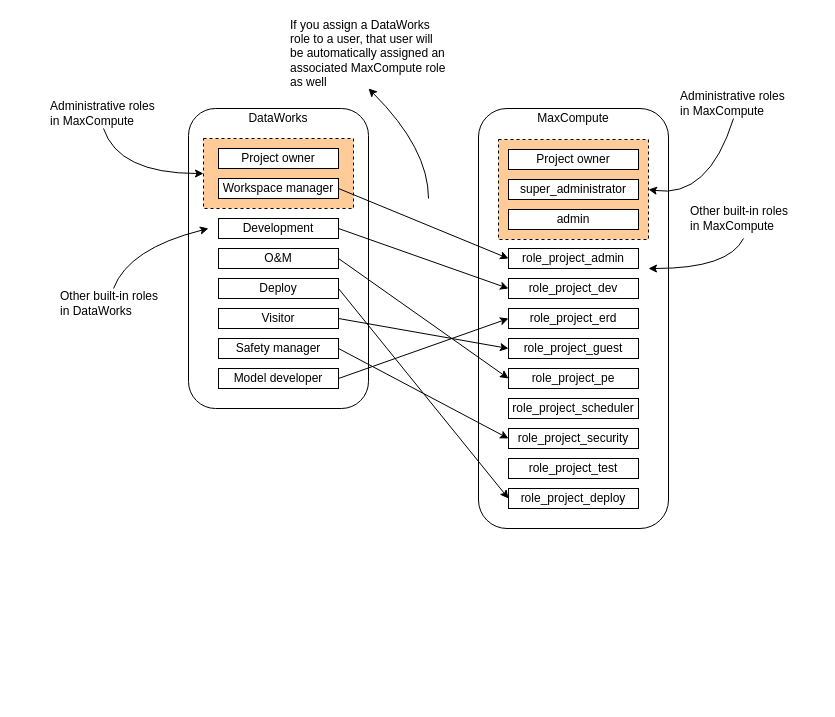
Above: user_role_model.drawio in huangdgm/webstore-v2.0 (draw.io), before the change. Source tidied: cells renumbered, new cells numbered last; positions are measured from the earlier drawing's top-left corner, leaving out a move shared by most shapes. Both pictures are drawn from the tidied source at 100%, with x=0, y=0 at pixel (48, 18).
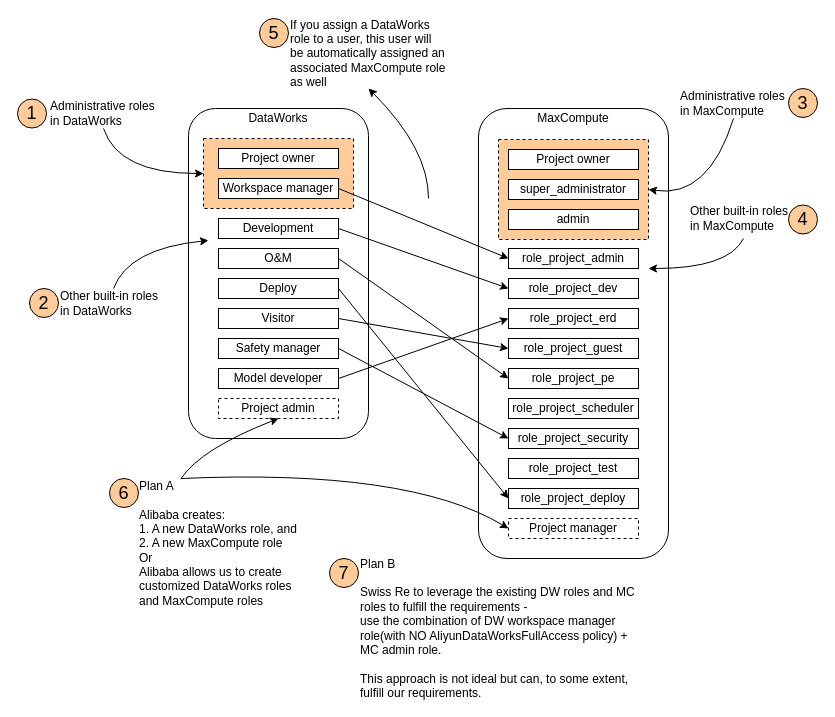
The same page after the edit.

What changed in the source:
```diff
@@
     <mxCell id="2" style="rounded=1;whiteSpace=wrap;html=1;align=center;" parent="1" vertex="1">
-      <mxGeometry x="140" y="90" width="180" height="300" as="geometry" />
+      <mxGeometry x="140" y="90" width="180" height="330" as="geometry" />
     </mxCell>
@@
     <mxCell id="4" style="rounded=1;whiteSpace=wrap;html=1;" parent="1" vertex="1">
-      <mxGeometry x="430" y="90" width="190" height="420" as="geometry" />
+      <mxGeometry x="430" y="90" width="190" height="450" as="geometry" />
     </mxCell>
@@
-    <mxCell id="35" value="If you assign a DataWorks role to a user, that user will be automatically assigned an associated MaxCompute role as well" style="text;html=1;strokeColor=none;fillColor=none;align=left;verticalAlign=middle;whiteSpace=wrap;rounded=0;" parent="1" vertex="1">
+    <mxCell id="35" value="If you assign a DataWorks role to a user, this user will be automatically assigned an associated MaxCompute role as well" style="text;html=1;strokeColor=none;fillColor=none;align=left;verticalAlign=middle;whiteSpace=wrap;rounded=0;" parent="1" vertex="1">
       <mxGeometry x="240" width="160" height="70" as="geometry" />
     </mxCell>
@@
-    <mxCell id="43" value="Administrative roles in MaxCompute" style="text;html=1;strokeColor=none;fillColor=none;align=left;verticalAlign=middle;whiteSpace=wrap;rounded=0;" parent="1" vertex="1">
+    <mxCell id="43" value="Administrative roles in DataWorks" style="text;html=1;strokeColor=none;fillColor=none;align=left;verticalAlign=middle;whiteSpace=wrap;rounded=0;" parent="1" vertex="1">
       <mxGeometry y="80" width="110" height="30" as="geometry" />
     </mxCell>
@@
+    <mxCell id="45" value="Project admin" style="rounded=0;whiteSpace=wrap;html=1;dashed=1;" parent="1" vertex="1">
+      <mxGeometry x="170" y="380" width="120" height="20" as="geometry" />
+    </mxCell>
+    <mxCell id="46" value="Project manager" style="rounded=0;whiteSpace=wrap;html=1;dashed=1;" parent="1" vertex="1">
+      <mxGeometry x="460" y="500" width="130" height="20" as="geometry" />
+    </mxCell>
+    <mxCell id="47" value="&lt;div style=&quot;text-align: left&quot;&gt;&lt;span&gt;Plan A&lt;/span&gt;&lt;/div&gt;&lt;div style=&quot;text-align: left&quot;&gt;&lt;span&gt;&lt;br&gt;&lt;/span&gt;&lt;/div&gt;&lt;div style=&quot;text-align: left&quot;&gt;&lt;span&gt;Alibaba creates:&lt;/span&gt;&lt;/div&gt;&lt;div style=&quot;text-align: left&quot;&gt;&lt;span&gt;1. A new DataWorks role, and&lt;/span&gt;&lt;br&gt;&lt;span&gt;2. A new MaxCompute role&lt;/span&gt;&lt;/div&gt;&lt;div style=&quot;text-align: left&quot;&gt;&lt;span&gt;Or&lt;/span&gt;&lt;/div&gt;&lt;div style=&quot;text-align: left&quot;&gt;Alibaba allows us to create customized DataWorks roles and MaxCompute roles&lt;/div&gt;" style="text;html=1;strokeColor=none;fillColor=none;align=center;verticalAlign=middle;whiteSpace=wrap;rounded=0;dashed=1;" parent="1" vertex="1">
+      <mxGeometry x="90" y="460" width="170" height="130" as="geometry" />
+    </mxCell>
+    <mxCell id="48" style="curved=1;endArrow=classic;html=1;entryX=0.5;entryY=1;entryDx=0;entryDy=0;exitX=0.25;exitY=0;exitDx=0;exitDy=0;" parent="1" edge="1" source="47" target="45">
+      <mxGeometry relative="1" as="geometry">
+        <Array as="points">
+          <mxPoint x="153" y="430" />
+        </Array>
+      </mxGeometry>
+    </mxCell>
+    <mxCell id="49" style="curved=1;endArrow=classic;html=1;entryX=0;entryY=0.5;entryDx=0;entryDy=0;exitX=0.25;exitY=0;exitDx=0;exitDy=0;" parent="1" edge="1" source="47" target="46">
+      <mxGeometry relative="1" as="geometry">
+        <Array as="points">
+          <mxPoint x="360" y="450" />
+        </Array>
+      </mxGeometry>
+    </mxCell>
+    <mxCell id="50" value="&lt;font style=&quot;font-size: 18px&quot;&gt;6&lt;/font&gt;" style="ellipse;whiteSpace=wrap;html=1;fillColor=#FFCC99;" parent="1" vertex="1">
+      <mxGeometry x="61" y="460" width="29" height="29" as="geometry" />
+    </mxCell>
+    <mxCell id="51" value="&lt;font style=&quot;font-size: 18px&quot;&gt;5&lt;/font&gt;" style="ellipse;whiteSpace=wrap;html=1;fillColor=#FFCC99;" parent="1" vertex="1">
+      <mxGeometry x="211" width="29" height="29" as="geometry" />
+    </mxCell>
+    <mxCell id="52" value="&lt;font style=&quot;font-size: 18px&quot;&gt;4&lt;/font&gt;" style="ellipse;whiteSpace=wrap;html=1;fillColor=#FFCC99;" parent="1" vertex="1">
+      <mxGeometry x="740" y="186.5" width="29" height="29" as="geometry" />
+    </mxCell>
+    <mxCell id="53" value="&lt;font style=&quot;font-size: 18px&quot;&gt;3&lt;/font&gt;" style="ellipse;whiteSpace=wrap;html=1;fillColor=#FFCC99;" parent="1" vertex="1">
+      <mxGeometry x="740" y="70" width="29" height="29" as="geometry" />
+    </mxCell>
+    <mxCell id="54" value="&lt;font style=&quot;font-size: 18px&quot;&gt;2&lt;/font&gt;" style="ellipse;whiteSpace=wrap;html=1;fillColor=#FFCC99;" parent="1" vertex="1">
+      <mxGeometry x="-19" y="270" width="29" height="29" as="geometry" />
+    </mxCell>
+    <mxCell id="55" value="&lt;font style=&quot;font-size: 18px&quot;&gt;1&lt;/font&gt;" style="ellipse;whiteSpace=wrap;html=1;fillColor=#FFCC99;" parent="1" vertex="1">
+      <mxGeometry x="-31" y="80.5" width="29" height="29" as="geometry" />
+    </mxCell>
+    <mxCell id="56" value="Plan B&lt;br&gt;&lt;br&gt;Swiss Re to leverage the existing DW roles and MC roles to fulfill the requirements -&amp;nbsp;&lt;br&gt;use the combination of DW workspace manager role(with NO AliyunDataWorksFullAccess policy) + MC admin role.&lt;br&gt;&lt;br&gt;This approach is not ideal but can, to some extent, fulfill our requirements.&amp;nbsp;" style="text;html=1;strokeColor=none;fillColor=none;align=left;verticalAlign=middle;whiteSpace=wrap;rounded=0;" parent="1" vertex="1">
+      <mxGeometry x="310" y="540" width="290" height="140" as="geometry" />
+    </mxCell>
+    <mxCell id="57" value="&lt;font style=&quot;font-size: 18px&quot;&gt;7&lt;/font&gt;" style="ellipse;whiteSpace=wrap;html=1;fillColor=#FFCC99;" parent="1" vertex="1">
+      <mxGeometry x="281" y="540" width="29" height="29" as="geometry" />
+    </mxCell>
```
